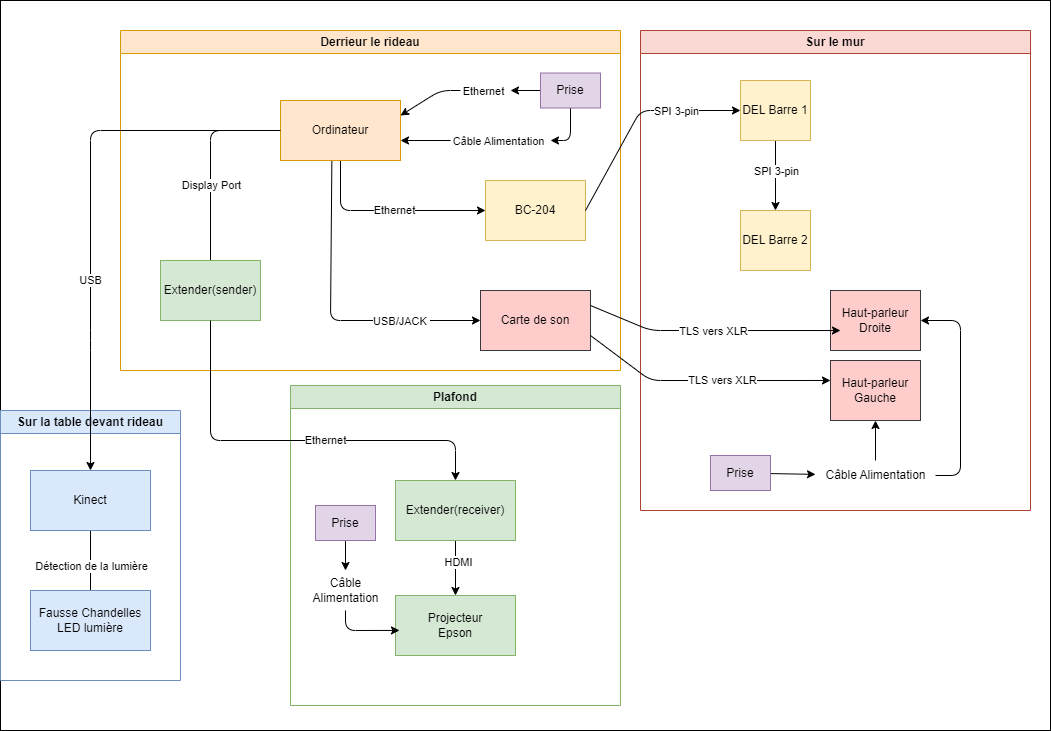
tim-montmorency/momo_modele-site-projet-etudiant_25-26 keeps this draw.io diagram as maquette/synoptique_2.png. Above is the earlier version. Source tidied: cells renumbered, new cells last; positions are measured from the earlier drawing's top-left corner, leaving out a move shared by most shapes.
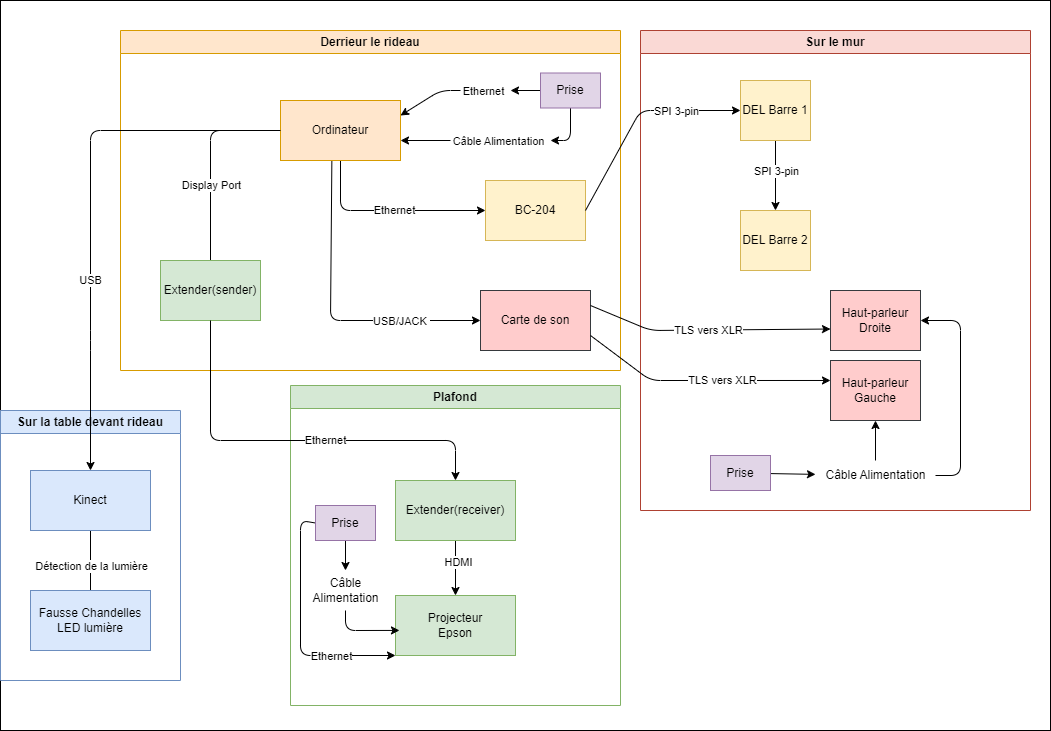
Later version of the same file.

Change to the diagram source:
```diff
@@ -124,6 +124,19 @@
     <mxCell id="31" style="edgeStyle=none;html=1;" parent="24" edge="1" source="32" target="29">
       <mxGeometry relative="1" as="geometry" />
     </mxCell>
+    <mxCell id="57" style="edgeStyle=none;html=1;entryX=0;entryY=1;entryDx=0;entryDy=0;exitX=0;exitY=0.5;exitDx=0;exitDy=0;" parent="24" edge="1" source="32" target="25">
+      <mxGeometry relative="1" as="geometry">
+        <Array as="points">
+          <mxPoint x="10" y="135" />
+          <mxPoint x="10" y="270" />
+        </Array>
+      </mxGeometry>
+    </mxCell>
+    <mxCell id="58" value="Ethernet" style="edgeLabel;html=1;align=center;verticalAlign=middle;" parent="57" vertex="1">
+      <mxGeometry x="0.48" y="-2" relative="1" as="geometry">
+        <mxPoint y="-2" as="offset" />
+      </mxGeometry>
+    </mxCell>
     <mxCell id="32" value="Prise" style="rounded=0;whiteSpace=wrap;html=1;fillColor=#e1d5e7;strokeColor=#9673a6;" parent="24" vertex="1">
       <mxGeometry x="25" y="120" width="60" height="35" as="geometry" />
     </mxCell>
@@ -181,7 +194,7 @@
     <mxCell id="46" value="USB" style="edgeLabel;html=1;align=center;verticalAlign=middle;" parent="45" vertex="1">
       <mxGeometry x="0.28" y="-1" relative="1" as="geometry" />
     </mxCell>
-    <mxCell id="47" style="edgeStyle=none;html=1;entryX=0.111;entryY=0.667;entryDx=0;entryDy=0;entryPerimeter=0;exitX=1;exitY=0.25;exitDx=0;exitDy=0;" parent="1" edge="1" source="11" target="38">
+    <mxCell id="47" style="edgeStyle=none;html=1;entryX=0;entryY=0.642;entryDx=0;entryDy=0;entryPerimeter=0;exitX=1;exitY=0.25;exitDx=0;exitDy=0;" parent="1" edge="1" source="11" target="38">
       <mxGeometry relative="1" as="geometry">
         <Array as="points">
           <mxPoint x="650" y="330" />
```
